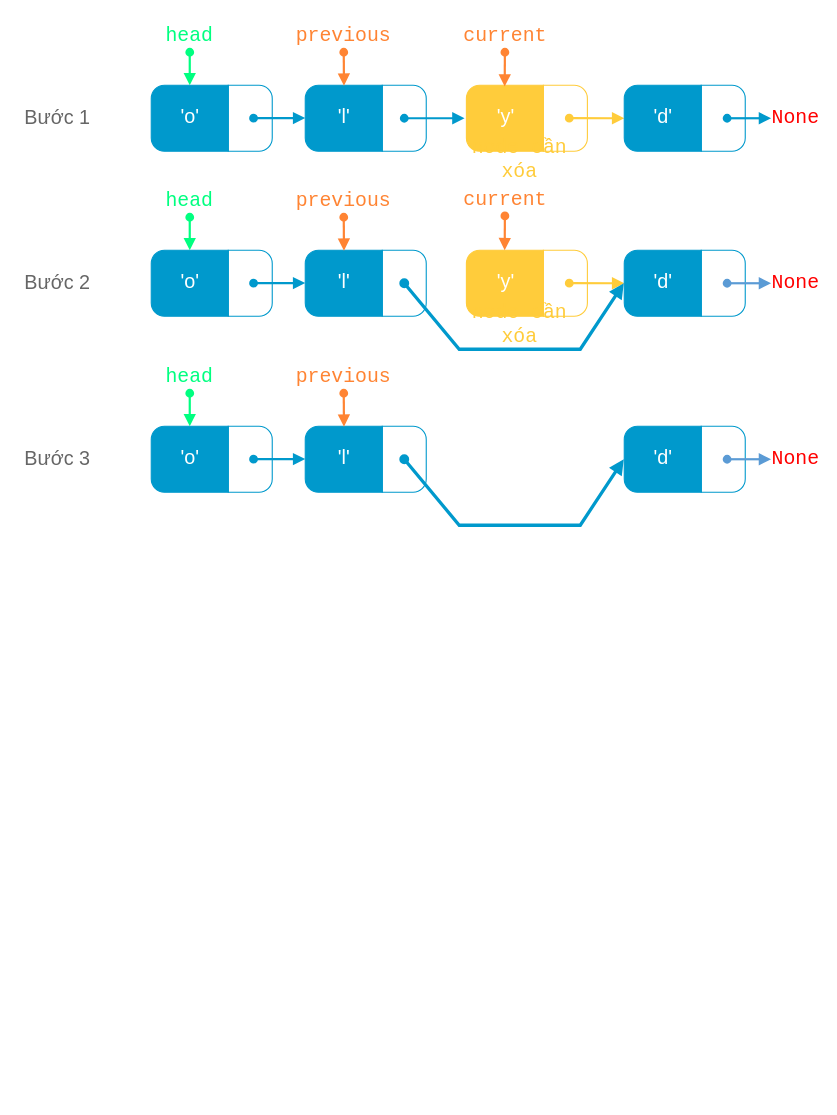
This is page "Remove" (4 of 4) of pictures/linked-list.drawio from vtchitruong/vtchitruong.github.io, a draw.io file, before an edit. Source tidied: cells renumbered, new cells numbered last; positions are measured from the earlier drawing's top-left corner, leaving out a move shared by most shapes. Both pictures are drawn from the tidied source at 110%, with x=0, y=0 at pixel (19, 19).
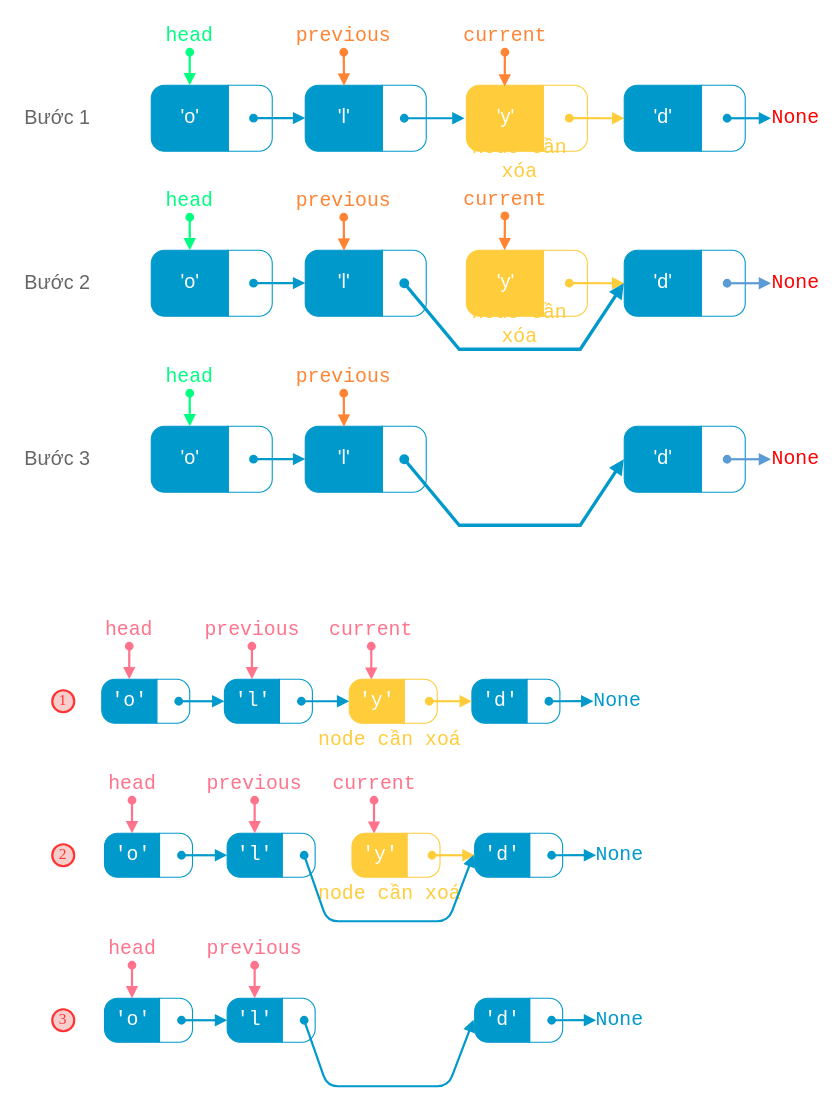
The same diagram, later.

What changed in the source:
```diff
@@
+    <mxCell id="59" value="'o'" style="verticalLabelPosition=middle;verticalAlign=middle;html=1;shape=mxgraph.basic.rect;fillColor2=none;strokeWidth=1;size=12;indent=5;rectStyle=square;topLeftStyle=rounded;bottomLeftStyle=rounded;fillColor=#0099CC;horizontal=1;labelPosition=center;align=center;fontSize=18;fontFamily=consolas;fontColor=#FFFFFF;strokeColor=#0099CC;" parent="1" vertex="1">
+      <mxGeometry x="75" y="600" width="50" height="40" as="geometry" />
+    </mxCell>
+    <mxCell id="60" style="verticalLabelPosition=middle;verticalAlign=middle;html=1;shape=mxgraph.basic.rect;fillColor2=none;strokeWidth=1;size=12;indent=5;rectStyle=square;topLeftStyle=default;bottomLeftStyle=default;fillColor=none;horizontal=1;labelPosition=center;align=center;fontSize=18;fontFamily=consolas;fontColor=#5B9BD5;strokeColor=#0099CC;topRightStyle=rounded;bottomRightStyle=rounded;textDirection=ltr;spacingLeft=-10;" parent="1" vertex="1">
+      <mxGeometry x="125" y="600" width="30" height="40" as="geometry" />
+    </mxCell>
+    <mxCell id="61" style="endArrow=block;html=1;rounded=0;fontFamily=consolas;fontSize=18;fontColor=#FFFFFF;strokeColor=#0099CC;endFill=1;strokeWidth=2;startArrow=oval;startFill=1;shadow=0;labelBackgroundColor=#5B9BD5;" parent="1" edge="1" target="64">
+      <mxGeometry relative="1" as="geometry">
+        <mxPoint x="145" y="620" as="sourcePoint" />
+      </mxGeometry>
+    </mxCell>
+    <mxCell id="62" value="head" style="rounded=1;whiteSpace=wrap;html=1;strokeColor=none;fillColor=none;fontFamily=consolas;fontColor=#FF748C;fontSize=18;" parent="1" vertex="1">
+      <mxGeometry x="70" y="540" width="60" height="30" as="geometry" />
+    </mxCell>
+    <mxCell id="63" style="endArrow=block;html=1;rounded=0;fontFamily=consolas;fontSize=18;fontColor=#FFFFFF;strokeColor=#FF748C;exitX=0.5;exitY=1;exitDx=0;exitDy=0;endFill=1;strokeWidth=2;startArrow=oval;startFill=1;entryX=0.5;entryY=0;entryDx=0;entryDy=0;entryPerimeter=0;" parent="1" edge="1" source="62">
+      <mxGeometry relative="1" as="geometry">
+        <mxPoint x="100" y="600" as="targetPoint" />
+      </mxGeometry>
+    </mxCell>
+    <mxCell id="64" value="'l'" style="verticalLabelPosition=middle;verticalAlign=middle;html=1;shape=mxgraph.basic.rect;fillColor2=none;strokeWidth=1;size=12;indent=5;rectStyle=square;topLeftStyle=rounded;bottomLeftStyle=rounded;fillColor=#0099CC;horizontal=1;labelPosition=center;align=center;fontSize=18;fontFamily=consolas;fontColor=#FFFFFF;strokeColor=#0099CC;" parent="1" vertex="1">
+      <mxGeometry x="186.5" y="600" width="50" height="40" as="geometry" />
+    </mxCell>
+    <mxCell id="65" style="verticalLabelPosition=middle;verticalAlign=middle;html=1;shape=mxgraph.basic.rect;fillColor2=none;strokeWidth=1;size=12;indent=5;rectStyle=square;topLeftStyle=default;bottomLeftStyle=default;fillColor=none;horizontal=1;labelPosition=center;align=center;fontSize=18;fontFamily=consolas;fontColor=#5B9BD5;strokeColor=#0099CC;topRightStyle=rounded;bottomRightStyle=rounded;textDirection=ltr;spacingLeft=-10;" parent="1" vertex="1">
+      <mxGeometry x="236.5" y="600" width="30" height="40" as="geometry" />
+    </mxCell>
+    <mxCell id="66" value="previous" style="rounded=1;whiteSpace=wrap;html=1;strokeColor=none;fillColor=none;fontFamily=consolas;fontColor=#FF748C;fontSize=18;" parent="1" vertex="1">
+      <mxGeometry x="181.5" y="540" width="60" height="30" as="geometry" />
+    </mxCell>
+    <mxCell id="67" style="endArrow=block;html=1;rounded=0;fontFamily=consolas;fontSize=18;fontColor=#FFFFFF;strokeColor=#FF748C;exitX=0.5;exitY=1;exitDx=0;exitDy=0;endFill=1;strokeWidth=2;startArrow=oval;startFill=1;entryX=0.5;entryY=0;entryDx=0;entryDy=0;entryPerimeter=0;" parent="1" edge="1" source="66">
+      <mxGeometry relative="1" as="geometry">
+        <mxPoint x="211.5" y="600" as="targetPoint" />
+      </mxGeometry>
+    </mxCell>
+    <mxCell id="68" value="'d'" style="verticalLabelPosition=middle;verticalAlign=middle;html=1;shape=mxgraph.basic.rect;fillColor2=none;strokeWidth=1;size=12;indent=5;rectStyle=square;topLeftStyle=rounded;bottomLeftStyle=rounded;fillColor=#0099CC;horizontal=1;labelPosition=center;align=center;fontSize=18;fontFamily=consolas;fontColor=#FFFFFF;strokeColor=#0099CC;" parent="1" vertex="1">
+      <mxGeometry x="411.5" y="600" width="50" height="40" as="geometry" />
+    </mxCell>
+    <mxCell id="69" style="verticalLabelPosition=middle;verticalAlign=middle;html=1;shape=mxgraph.basic.rect;fillColor2=none;strokeWidth=1;size=12;indent=5;rectStyle=square;topLeftStyle=default;bottomLeftStyle=default;fillColor=none;horizontal=1;labelPosition=center;align=center;fontSize=18;fontFamily=consolas;fontColor=#5B9BD5;strokeColor=#0099CC;topRightStyle=rounded;bottomRightStyle=rounded;textDirection=ltr;spacingLeft=-10;" parent="1" vertex="1">
+      <mxGeometry x="461.5" y="600" width="30" height="40" as="geometry" />
+    </mxCell>
+    <mxCell id="70" style="endArrow=block;html=1;rounded=0;fontFamily=consolas;fontSize=18;fontColor=#FFFFFF;strokeColor=#0099CC;endFill=1;strokeWidth=2;startArrow=oval;startFill=1;shadow=0;labelBackgroundColor=#5B9BD5;entryX=0.01;entryY=0.496;entryDx=0;entryDy=0;entryPerimeter=0;" parent="1" edge="1" target="73">
+      <mxGeometry relative="1" as="geometry">
+        <mxPoint x="481.5" y="620" as="sourcePoint" />
+      </mxGeometry>
+    </mxCell>
+    <mxCell id="71" value="current" style="rounded=1;whiteSpace=wrap;html=1;strokeColor=none;fillColor=none;fontFamily=consolas;fontColor=#FF748C;fontSize=18;" parent="1" vertex="1">
+      <mxGeometry x="290" y="540" width="60" height="30" as="geometry" />
+    </mxCell>
+    <mxCell id="72" style="endArrow=block;html=1;rounded=0;fontFamily=consolas;fontSize=18;fontColor=#FFFFFF;strokeColor=#FF748C;exitX=0.5;exitY=1;exitDx=0;exitDy=0;endFill=1;strokeWidth=2;startArrow=oval;startFill=1;entryX=0.401;entryY=0.013;entryDx=0;entryDy=0;entryPerimeter=0;" parent="1" edge="1" source="71" target="74">
+      <mxGeometry relative="1" as="geometry" />
+    </mxCell>
+    <mxCell id="73" value="None" style="strokeWidth=1;html=1;shadow=0;dashed=0;shape=mxgraph.ios.iTextInput;strokeColor=none;buttonText=;fontSize=18;whiteSpace=wrap;align=center;comic=0;fontFamily=consolas;fillColor=none;fontColor=#0099CC;" parent="1" vertex="1">
+      <mxGeometry x="521.5" y="612.5" width="43.5" height="15" as="geometry" />
+    </mxCell>
+    <mxCell id="74" value="'y'" style="verticalLabelPosition=middle;verticalAlign=middle;html=1;shape=mxgraph.basic.rect;fillColor2=none;strokeWidth=1;size=12;indent=5;rectStyle=square;topLeftStyle=rounded;bottomLeftStyle=rounded;fillColor=#FFCC3B;horizontal=1;labelPosition=center;align=center;fontSize=18;fontFamily=consolas;fontColor=#FFFFFF;strokeColor=#FFCC3B;" parent="1" vertex="1">
+      <mxGeometry x="300" y="600" width="50" height="40" as="geometry" />
+    </mxCell>
+    <mxCell id="75" style="verticalLabelPosition=middle;verticalAlign=middle;html=1;shape=mxgraph.basic.rect;fillColor2=none;strokeWidth=1;size=12;indent=5;rectStyle=square;topLeftStyle=default;bottomLeftStyle=default;fillColor=none;horizontal=1;labelPosition=center;align=center;fontSize=18;fontFamily=consolas;fontColor=#5B9BD5;strokeColor=#FFCC3B;topRightStyle=rounded;bottomRightStyle=rounded;textDirection=ltr;spacingLeft=-10;" parent="1" vertex="1">
+      <mxGeometry x="350" y="600" width="30" height="40" as="geometry" />
+    </mxCell>
+    <mxCell id="76" style="endArrow=block;html=1;rounded=0;fontFamily=consolas;fontSize=18;fontColor=#FFFFFF;strokeColor=#FFCC3B;endFill=1;strokeWidth=2;startArrow=oval;startFill=1;shadow=0;labelBackgroundColor=#5B9BD5;exitX=0.758;exitY=0.5;exitDx=0;exitDy=0;exitPerimeter=0;" parent="1" edge="1" source="75" target="68">
+      <mxGeometry relative="1" as="geometry" />
+    </mxCell>
+    <mxCell id="77" value="node cần xoá" style="rounded=1;whiteSpace=wrap;html=1;strokeColor=none;fillColor=none;fontFamily=consolas;fontColor=#FFCC3B;fontSize=18;" parent="1" vertex="1">
+      <mxGeometry x="269" y="640" width="135.8" height="30" as="geometry" />
+    </mxCell>
+    <mxCell id="78" style="endArrow=block;html=1;rounded=0;fontFamily=consolas;fontSize=18;fontColor=#FFFFFF;strokeColor=#0099CC;endFill=1;strokeWidth=2;startArrow=oval;startFill=1;shadow=0;labelBackgroundColor=#5B9BD5;" parent="1" edge="1" target="74">
+      <mxGeometry relative="1" as="geometry">
+        <mxPoint x="256.5" y="620" as="sourcePoint" />
+      </mxGeometry>
+    </mxCell>
+    <mxCell id="79" value="'o'" style="verticalLabelPosition=middle;verticalAlign=middle;html=1;shape=mxgraph.basic.rect;fillColor2=none;strokeWidth=1;size=12;indent=5;rectStyle=square;topLeftStyle=rounded;bottomLeftStyle=rounded;fillColor=#0099CC;horizontal=1;labelPosition=center;align=center;fontSize=18;fontFamily=consolas;fontColor=#FFFFFF;strokeColor=#0099CC;" parent="1" vertex="1">
+      <mxGeometry x="77.5" y="740" width="50" height="40" as="geometry" />
+    </mxCell>
+    <mxCell id="80" style="verticalLabelPosition=middle;verticalAlign=middle;html=1;shape=mxgraph.basic.rect;fillColor2=none;strokeWidth=1;size=12;indent=5;rectStyle=square;topLeftStyle=default;bottomLeftStyle=default;fillColor=none;horizontal=1;labelPosition=center;align=center;fontSize=18;fontFamily=consolas;fontColor=#5B9BD5;strokeColor=#0099CC;topRightStyle=rounded;bottomRightStyle=rounded;textDirection=ltr;spacingLeft=-10;" parent="1" vertex="1">
+      <mxGeometry x="127.5" y="740" width="30" height="40" as="geometry" />
+    </mxCell>
+    <mxCell id="81" style="endArrow=block;html=1;rounded=0;fontFamily=consolas;fontSize=18;fontColor=#FFFFFF;strokeColor=#0099CC;endFill=1;strokeWidth=2;startArrow=oval;startFill=1;shadow=0;labelBackgroundColor=#5B9BD5;" parent="1" edge="1" target="84">
+      <mxGeometry relative="1" as="geometry">
+        <mxPoint x="147.5" y="760" as="sourcePoint" />
+      </mxGeometry>
+    </mxCell>
+    <mxCell id="82" value="head" style="rounded=1;whiteSpace=wrap;html=1;strokeColor=none;fillColor=none;fontFamily=consolas;fontColor=#FF748C;fontSize=18;" parent="1" vertex="1">
+      <mxGeometry x="72.5" y="680" width="60" height="30" as="geometry" />
+    </mxCell>
+    <mxCell id="83" style="endArrow=block;html=1;rounded=0;fontFamily=consolas;fontSize=18;fontColor=#FFFFFF;strokeColor=#FF748C;exitX=0.5;exitY=1;exitDx=0;exitDy=0;endFill=1;strokeWidth=2;startArrow=oval;startFill=1;entryX=0.5;entryY=0;entryDx=0;entryDy=0;entryPerimeter=0;" parent="1" edge="1" source="82">
+      <mxGeometry relative="1" as="geometry">
+        <mxPoint x="102.5" y="740" as="targetPoint" />
+      </mxGeometry>
+    </mxCell>
+    <mxCell id="84" value="'l'" style="verticalLabelPosition=middle;verticalAlign=middle;html=1;shape=mxgraph.basic.rect;fillColor2=none;strokeWidth=1;size=12;indent=5;rectStyle=square;topLeftStyle=rounded;bottomLeftStyle=rounded;fillColor=#0099CC;horizontal=1;labelPosition=center;align=center;fontSize=18;fontFamily=consolas;fontColor=#FFFFFF;strokeColor=#0099CC;" parent="1" vertex="1">
+      <mxGeometry x="189" y="740" width="50" height="40" as="geometry" />
+    </mxCell>
+    <mxCell id="85" style="verticalLabelPosition=middle;verticalAlign=middle;html=1;shape=mxgraph.basic.rect;fillColor2=none;strokeWidth=1;size=12;indent=5;rectStyle=square;topLeftStyle=default;bottomLeftStyle=default;fillColor=none;horizontal=1;labelPosition=center;align=center;fontSize=18;fontFamily=consolas;fontColor=#5B9BD5;strokeColor=#0099CC;topRightStyle=rounded;bottomRightStyle=rounded;textDirection=ltr;spacingLeft=-10;" parent="1" vertex="1">
+      <mxGeometry x="239" y="740" width="30" height="40" as="geometry" />
+    </mxCell>
+    <mxCell id="86" value="previous" style="rounded=1;whiteSpace=wrap;html=1;strokeColor=none;fillColor=none;fontFamily=consolas;fontColor=#FF748C;fontSize=18;" parent="1" vertex="1">
+      <mxGeometry x="184" y="680" width="60" height="30" as="geometry" />
+    </mxCell>
+    <mxCell id="87" style="endArrow=block;html=1;rounded=0;fontFamily=consolas;fontSize=18;fontColor=#FFFFFF;strokeColor=#FF748C;exitX=0.5;exitY=1;exitDx=0;exitDy=0;endFill=1;strokeWidth=2;startArrow=oval;startFill=1;entryX=0.5;entryY=0;entryDx=0;entryDy=0;entryPerimeter=0;" parent="1" edge="1" source="86">
+      <mxGeometry relative="1" as="geometry">
+        <mxPoint x="214" y="740" as="targetPoint" />
+      </mxGeometry>
+    </mxCell>
+    <mxCell id="88" value="'d'" style="verticalLabelPosition=middle;verticalAlign=middle;html=1;shape=mxgraph.basic.rect;fillColor2=none;strokeWidth=1;size=12;indent=5;rectStyle=square;topLeftStyle=rounded;bottomLeftStyle=rounded;fillColor=#0099CC;horizontal=1;labelPosition=center;align=center;fontSize=18;fontFamily=consolas;fontColor=#FFFFFF;strokeColor=#0099CC;" parent="1" vertex="1">
+      <mxGeometry x="414" y="740" width="50" height="40" as="geometry" />
+    </mxCell>
+    <mxCell id="89" style="verticalLabelPosition=middle;verticalAlign=middle;html=1;shape=mxgraph.basic.rect;fillColor2=none;strokeWidth=1;size=12;indent=5;rectStyle=square;topLeftStyle=default;bottomLeftStyle=default;fillColor=none;horizontal=1;labelPosition=center;align=center;fontSize=18;fontFamily=consolas;fontColor=#5B9BD5;strokeColor=#0099CC;topRightStyle=rounded;bottomRightStyle=rounded;textDirection=ltr;spacingLeft=-10;" parent="1" vertex="1">
+      <mxGeometry x="464" y="740" width="30" height="40" as="geometry" />
+    </mxCell>
+    <mxCell id="90" style="endArrow=block;html=1;rounded=0;fontFamily=consolas;fontSize=18;fontColor=#FFFFFF;strokeColor=#0099CC;endFill=1;strokeWidth=2;startArrow=oval;startFill=1;shadow=0;labelBackgroundColor=#5B9BD5;entryX=0.01;entryY=0.496;entryDx=0;entryDy=0;entryPerimeter=0;" parent="1" edge="1" target="93">
+      <mxGeometry relative="1" as="geometry">
+        <mxPoint x="484" y="760" as="sourcePoint" />
+      </mxGeometry>
+    </mxCell>
+    <mxCell id="91" value="current" style="rounded=1;whiteSpace=wrap;html=1;strokeColor=none;fillColor=none;fontFamily=consolas;fontColor=#FF748C;fontSize=18;" parent="1" vertex="1">
+      <mxGeometry x="292.5" y="680" width="60" height="30" as="geometry" />
+    </mxCell>
+    <mxCell id="92" style="endArrow=block;html=1;rounded=0;fontFamily=consolas;fontSize=18;fontColor=#FFFFFF;strokeColor=#FF748C;exitX=0.5;exitY=1;exitDx=0;exitDy=0;endFill=1;strokeWidth=2;startArrow=oval;startFill=1;entryX=0.401;entryY=0.013;entryDx=0;entryDy=0;entryPerimeter=0;" parent="1" edge="1" source="91" target="94">
+      <mxGeometry relative="1" as="geometry" />
+    </mxCell>
+    <mxCell id="93" value="None" style="strokeWidth=1;html=1;shadow=0;dashed=0;shape=mxgraph.ios.iTextInput;strokeColor=none;buttonText=;fontSize=18;whiteSpace=wrap;align=center;comic=0;fontFamily=consolas;fillColor=none;fontColor=#0099CC;" parent="1" vertex="1">
+      <mxGeometry x="524" y="752.5" width="43.5" height="15" as="geometry" />
+    </mxCell>
+    <mxCell id="94" value="'y'" style="verticalLabelPosition=middle;verticalAlign=middle;html=1;shape=mxgraph.basic.rect;fillColor2=none;strokeWidth=1;size=12;indent=5;rectStyle=square;topLeftStyle=rounded;bottomLeftStyle=rounded;fillColor=#FFCC3B;horizontal=1;labelPosition=center;align=center;fontSize=18;fontFamily=consolas;fontColor=#FFFFFF;strokeColor=#FFCC3B;" parent="1" vertex="1">
+      <mxGeometry x="302.5" y="740" width="50" height="40" as="geometry" />
+    </mxCell>
+    <mxCell id="95" style="verticalLabelPosition=middle;verticalAlign=middle;html=1;shape=mxgraph.basic.rect;fillColor2=none;strokeWidth=1;size=12;indent=5;rectStyle=square;topLeftStyle=default;bottomLeftStyle=default;fillColor=none;horizontal=1;labelPosition=center;align=center;fontSize=18;fontFamily=consolas;fontColor=#5B9BD5;strokeColor=#FFCC3B;topRightStyle=rounded;bottomRightStyle=rounded;textDirection=ltr;spacingLeft=-10;" parent="1" vertex="1">
+      <mxGeometry x="352.5" y="740" width="30" height="40" as="geometry" />
+    </mxCell>
+    <mxCell id="96" style="endArrow=block;html=1;rounded=0;fontFamily=consolas;fontSize=18;fontColor=#FFFFFF;strokeColor=#FFCC3B;endFill=1;strokeWidth=2;startArrow=oval;startFill=1;shadow=0;labelBackgroundColor=#5B9BD5;exitX=0.758;exitY=0.5;exitDx=0;exitDy=0;exitPerimeter=0;" parent="1" edge="1" source="95" target="88">
+      <mxGeometry relative="1" as="geometry" />
+    </mxCell>
+    <mxCell id="97" value="node cần xoá" style="rounded=1;whiteSpace=wrap;html=1;strokeColor=none;fillColor=none;fontFamily=consolas;fontColor=#FFCC3B;fontSize=18;" parent="1" vertex="1">
+      <mxGeometry x="269" y="780" width="135.8" height="30" as="geometry" />
+    </mxCell>
+    <mxCell id="98" style="endArrow=block;html=1;rounded=1;fontFamily=consolas;fontSize=18;fontColor=#FFFFFF;strokeColor=#0099CC;endFill=1;strokeWidth=2;startArrow=oval;startFill=1;shadow=0;labelBackgroundColor=#5B9BD5;entryX=-0.02;entryY=0.486;entryDx=0;entryDy=0;entryPerimeter=0;curved=0;" parent="1" edge="1" target="88">
+      <mxGeometry relative="1" as="geometry">
+        <mxPoint x="259" y="760" as="sourcePoint" />
+        <Array as="points">
+          <mxPoint x="280" y="820" />
+          <mxPoint x="390" y="820" />
+        </Array>
+      </mxGeometry>
+    </mxCell>
+    <mxCell id="99" value="'o'" style="verticalLabelPosition=middle;verticalAlign=middle;html=1;shape=mxgraph.basic.rect;fillColor2=none;strokeWidth=1;size=12;indent=5;rectStyle=square;topLeftStyle=rounded;bottomLeftStyle=rounded;fillColor=#0099CC;horizontal=1;labelPosition=center;align=center;fontSize=18;fontFamily=consolas;fontColor=#FFFFFF;strokeColor=#0099CC;" parent="1" vertex="1">
+      <mxGeometry x="77.5" y="890" width="50" height="40" as="geometry" />
+    </mxCell>
+    <mxCell id="100" style="verticalLabelPosition=middle;verticalAlign=middle;html=1;shape=mxgraph.basic.rect;fillColor2=none;strokeWidth=1;size=12;indent=5;rectStyle=square;topLeftStyle=default;bottomLeftStyle=default;fillColor=none;horizontal=1;labelPosition=center;align=center;fontSize=18;fontFamily=consolas;fontColor=#5B9BD5;strokeColor=#0099CC;topRightStyle=rounded;bottomRightStyle=rounded;textDirection=ltr;spacingLeft=-10;" parent="1" vertex="1">
+      <mxGeometry x="127.5" y="890" width="30" height="40" as="geometry" />
+    </mxCell>
+    <mxCell id="101" style="endArrow=block;html=1;rounded=0;fontFamily=consolas;fontSize=18;fontColor=#FFFFFF;strokeColor=#0099CC;endFill=1;strokeWidth=2;startArrow=oval;startFill=1;shadow=0;labelBackgroundColor=#5B9BD5;" parent="1" edge="1" target="104">
+      <mxGeometry relative="1" as="geometry">
+        <mxPoint x="147.5" y="910" as="sourcePoint" />
+      </mxGeometry>
+    </mxCell>
+    <mxCell id="102" value="head" style="rounded=1;whiteSpace=wrap;html=1;strokeColor=none;fillColor=none;fontFamily=consolas;fontColor=#FF748C;fontSize=18;" parent="1" vertex="1">
+      <mxGeometry x="72.5" y="830" width="60" height="30" as="geometry" />
+    </mxCell>
+    <mxCell id="103" style="endArrow=block;html=1;rounded=0;fontFamily=consolas;fontSize=18;fontColor=#FFFFFF;strokeColor=#FF748C;exitX=0.5;exitY=1;exitDx=0;exitDy=0;endFill=1;strokeWidth=2;startArrow=oval;startFill=1;entryX=0.5;entryY=0;entryDx=0;entryDy=0;entryPerimeter=0;" parent="1" edge="1" source="102">
+      <mxGeometry relative="1" as="geometry">
+        <mxPoint x="102.5" y="890" as="targetPoint" />
+      </mxGeometry>
+    </mxCell>
+    <mxCell id="104" value="'l'" style="verticalLabelPosition=middle;verticalAlign=middle;html=1;shape=mxgraph.basic.rect;fillColor2=none;strokeWidth=1;size=12;indent=5;rectStyle=square;topLeftStyle=rounded;bottomLeftStyle=rounded;fillColor=#0099CC;horizontal=1;labelPosition=center;align=center;fontSize=18;fontFamily=consolas;fontColor=#FFFFFF;strokeColor=#0099CC;" parent="1" vertex="1">
+      <mxGeometry x="189" y="890" width="50" height="40" as="geometry" />
+    </mxCell>
+    <mxCell id="105" style="verticalLabelPosition=middle;verticalAlign=middle;html=1;shape=mxgraph.basic.rect;fillColor2=none;strokeWidth=1;size=12;indent=5;rectStyle=square;topLeftStyle=default;bottomLeftStyle=default;fillColor=none;horizontal=1;labelPosition=center;align=center;fontSize=18;fontFamily=consolas;fontColor=#5B9BD5;strokeColor=#0099CC;topRightStyle=rounded;bottomRightStyle=rounded;textDirection=ltr;spacingLeft=-10;" parent="1" vertex="1">
+      <mxGeometry x="239" y="890" width="30" height="40" as="geometry" />
+    </mxCell>
+    <mxCell id="106" value="previous" style="rounded=1;whiteSpace=wrap;html=1;strokeColor=none;fillColor=none;fontFamily=consolas;fontColor=#FF748C;fontSize=18;" parent="1" vertex="1">
+      <mxGeometry x="184" y="830" width="60" height="30" as="geometry" />
+    </mxCell>
+    <mxCell id="107" style="endArrow=block;html=1;rounded=0;fontFamily=consolas;fontSize=18;fontColor=#FFFFFF;strokeColor=#FF748C;exitX=0.5;exitY=1;exitDx=0;exitDy=0;endFill=1;strokeWidth=2;startArrow=oval;startFill=1;entryX=0.5;entryY=0;entryDx=0;entryDy=0;entryPerimeter=0;" parent="1" edge="1" source="106">
+      <mxGeometry relative="1" as="geometry">
+        <mxPoint x="214" y="890" as="targetPoint" />
+      </mxGeometry>
+    </mxCell>
+    <mxCell id="108" value="'d'" style="verticalLabelPosition=middle;verticalAlign=middle;html=1;shape=mxgraph.basic.rect;fillColor2=none;strokeWidth=1;size=12;indent=5;rectStyle=square;topLeftStyle=rounded;bottomLeftStyle=rounded;fillColor=#0099CC;horizontal=1;labelPosition=center;align=center;fontSize=18;fontFamily=consolas;fontColor=#FFFFFF;strokeColor=#0099CC;" parent="1" vertex="1">
+      <mxGeometry x="414" y="890" width="50" height="40" as="geometry" />
+    </mxCell>
+    <mxCell id="109" style="verticalLabelPosition=middle;verticalAlign=middle;html=1;shape=mxgraph.basic.rect;fillColor2=none;strokeWidth=1;size=12;indent=5;rectStyle=square;topLeftStyle=default;bottomLeftStyle=default;fillColor=none;horizontal=1;labelPosition=center;align=center;fontSize=18;fontFamily=consolas;fontColor=#5B9BD5;strokeColor=#0099CC;topRightStyle=rounded;bottomRightStyle=rounded;textDirection=ltr;spacingLeft=-10;" parent="1" vertex="1">
+      <mxGeometry x="464" y="890" width="30" height="40" as="geometry" />
+    </mxCell>
+    <mxCell id="110" style="endArrow=block;html=1;rounded=0;fontFamily=consolas;fontSize=18;fontColor=#FFFFFF;strokeColor=#0099CC;endFill=1;strokeWidth=2;startArrow=oval;startFill=1;shadow=0;labelBackgroundColor=#5B9BD5;entryX=0.01;entryY=0.496;entryDx=0;entryDy=0;entryPerimeter=0;" parent="1" edge="1" target="111">
+      <mxGeometry relative="1" as="geometry">
+        <mxPoint x="484" y="910" as="sourcePoint" />
+      </mxGeometry>
+    </mxCell>
+    <mxCell id="111" value="None" style="strokeWidth=1;html=1;shadow=0;dashed=0;shape=mxgraph.ios.iTextInput;strokeColor=none;buttonText=;fontSize=18;whiteSpace=wrap;align=center;comic=0;fontFamily=consolas;fillColor=none;fontColor=#0099CC;" parent="1" vertex="1">
+      <mxGeometry x="524" y="902.5" width="43.5" height="15" as="geometry" />
+    </mxCell>
+    <mxCell id="112" style="endArrow=block;html=1;rounded=1;fontFamily=consolas;fontSize=18;fontColor=#FFFFFF;strokeColor=#0099CC;endFill=1;strokeWidth=2;startArrow=oval;startFill=1;shadow=0;labelBackgroundColor=#5B9BD5;entryX=-0.02;entryY=0.486;entryDx=0;entryDy=0;entryPerimeter=0;curved=0;" parent="1" edge="1" target="108">
+      <mxGeometry relative="1" as="geometry">
+        <mxPoint x="259" y="910" as="sourcePoint" />
+        <Array as="points">
+          <mxPoint x="280" y="970" />
+          <mxPoint x="390" y="970" />
+        </Array>
+      </mxGeometry>
+    </mxCell>
+    <mxCell id="113" value="1" style="ellipse;whiteSpace=wrap;html=1;strokeWidth=2;fontFamily=Times New Roman;spacingBottom=0;spacingRight=0;strokeColor=#FF3333;fillColor=#f8cecc;fontColor=#FF3333;verticalAlign=middle;spacing=0;fontSize=14;" parent="1" vertex="1">
+      <mxGeometry x="30" y="610" width="20" height="20" as="geometry" />
+    </mxCell>
+    <mxCell id="114" value="2" style="ellipse;whiteSpace=wrap;html=1;strokeWidth=2;fontFamily=Times New Roman;spacingBottom=0;spacingRight=0;strokeColor=#FF3333;fillColor=#f8cecc;fontColor=#FF3333;verticalAlign=middle;spacing=0;fontSize=14;" parent="1" vertex="1">
+      <mxGeometry x="30" y="750" width="20" height="20" as="geometry" />
+    </mxCell>
+    <mxCell id="115" value="3" style="ellipse;whiteSpace=wrap;html=1;strokeWidth=2;fontFamily=Times New Roman;spacingBottom=0;spacingRight=0;strokeColor=#FF3333;fillColor=#f8cecc;fontColor=#FF3333;verticalAlign=middle;spacing=0;fontSize=14;" parent="1" vertex="1">
+      <mxGeometry x="30" y="900" width="20" height="20" as="geometry" />
+    </mxCell>
```
